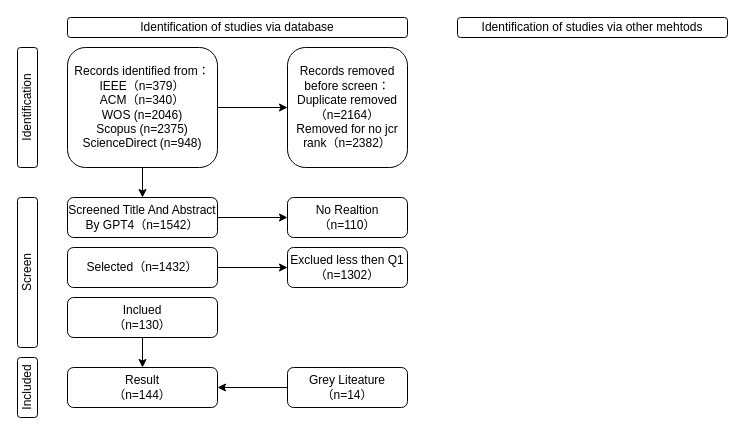
Before: 时空大数据平台研究检索图.drawio in gaochaowyq/MinderGraph, a draw.io diagram. Source tidied: cells renumbered, new cells numbered last; positions are measured from the earlier drawing's top-left corner, leaving out a move shared by most shapes. Both pictures are drawn from the tidied source at 100%, with x=0, y=0 at pixel (17, 17).
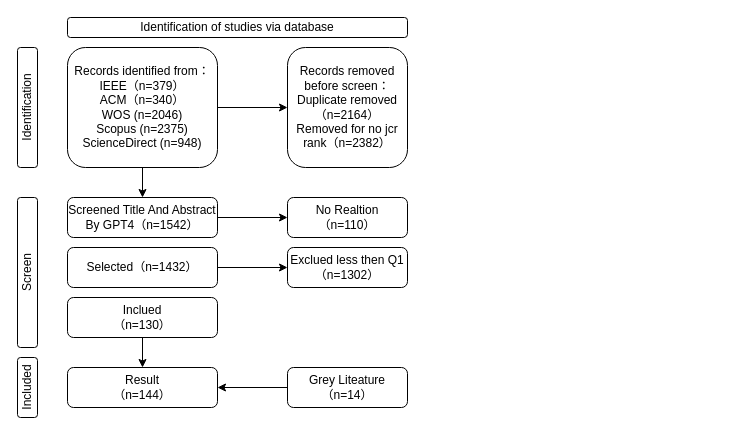
After the change.

Commit message:
Update 时空大数据平台研究检索图.drawio

Change to the diagram source:
```diff
@@
-    <mxCell id="19" value="Identification of studies via other mehtods" style="rounded=1;whiteSpace=wrap;html=1;" parent="1" vertex="1">
-      <mxGeometry x="440" width="270" height="20" as="geometry" />
-    </mxCell>
```
